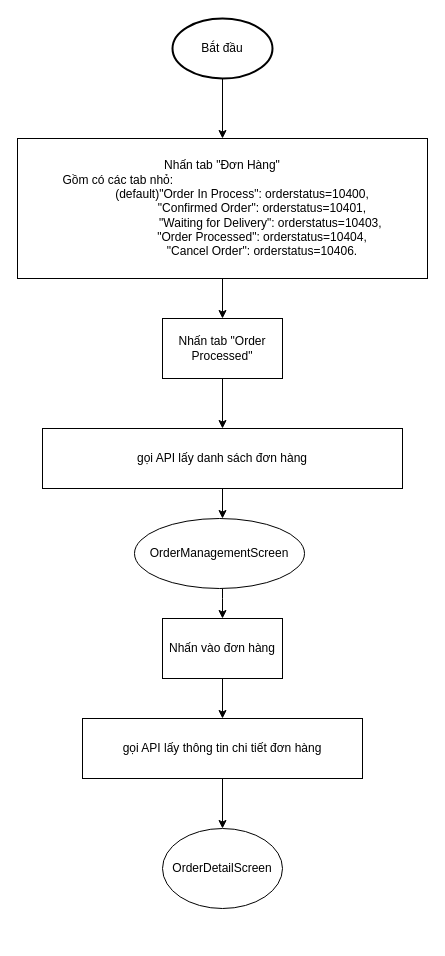
Alars99/diagram keeps this draw.io diagram as page "New Flowchart" (2 of 9) of OrderManagement Diagram.drawio. Above is the earlier version. Source tidied: cells renumbered, new cells numbered last; positions are measured from the earlier drawing's top-left corner, leaving out a move shared by most shapes. Both pictures are drawn from the tidied source at 100%, with x=0, y=0 at pixel (17, 18).
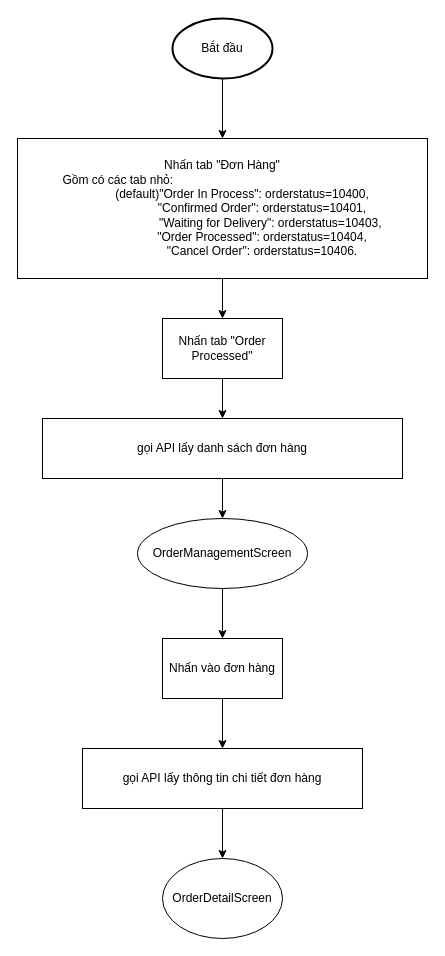
The same page after the edit.

What changed in the source:
```diff
@@
 <mxGraphModel>
   <root>
     <mxCell id="0" />
     <mxCell id="1" parent="0" />
     <mxCell id="2" style="edgeStyle=orthogonalEdgeStyle;rounded=0;jettySize=auto;html=1;" parent="1" edge="1" source="3" target="7">
       <mxGeometry relative="1" as="geometry" />
     </mxCell>
     <mxCell id="3" value="&lt;div&gt;&lt;span&gt;Nhấn tab &quot;Đơn Hàng&quot;&lt;/span&gt;&lt;/div&gt;&lt;div style=&quot;text-align: left&quot;&gt;&lt;span&gt;Gồm có các tab nhỏ:&amp;nbsp;&lt;/span&gt;&lt;/div&gt;&lt;blockquote style=&quot;margin: 0 0 0 40px ; border: none ; padding: 0px&quot;&gt;&lt;div style=&quot;text-align: center&quot;&gt;(default)&quot;Order In Process&quot;: orderstatus=10400,&lt;/div&gt;&lt;/blockquote&gt;&lt;blockquote style=&quot;margin: 0 0 0 40px ; border: none ; padding: 0px&quot;&gt;&lt;blockquote style=&quot;margin: 0 0 0 40px ; border: none ; padding: 0px&quot;&gt;&lt;span&gt;&quot;Confirmed Order&quot;:&amp;nbsp;&lt;/span&gt;&lt;span&gt;orderstatus=10401,&lt;/span&gt;&lt;/blockquote&gt;&lt;/blockquote&gt;&lt;blockquote style=&quot;margin: 0 0 0 40px ; border: none ; padding: 0px&quot;&gt;&lt;blockquote style=&quot;margin: 0 0 0 40px ; border: none ; padding: 0px&quot;&gt;&lt;span&gt;&amp;nbsp; &amp;nbsp; &amp;nbsp;&quot;Waiting for Delivery&quot;:&amp;nbsp;&lt;/span&gt;&lt;span&gt;orderstatus=10403,&lt;/span&gt;&lt;/blockquote&gt;&lt;/blockquote&gt;&lt;blockquote style=&quot;margin: 0 0 0 40px ; border: none ; padding: 0px&quot;&gt;&lt;blockquote style=&quot;margin: 0 0 0 40px ; border: none ; padding: 0px&quot;&gt;&lt;span&gt;&quot;&lt;/span&gt;Order Processed&lt;span&gt;&quot;:&amp;nbsp;&lt;/span&gt;&lt;span&gt;orderstatus=10404,&lt;/span&gt;&lt;br&gt;&lt;/blockquote&gt;&lt;blockquote style=&quot;margin: 0 0 0 40px ; border: none ; padding: 0px&quot;&gt;&lt;span&gt;&quot;&lt;/span&gt;Cancel Order&lt;span&gt;&quot;:&amp;nbsp;&lt;/span&gt;&lt;span&gt;orderstatus=10406.&lt;/span&gt;&lt;br&gt;&lt;/blockquote&gt;&lt;/blockquote&gt;" style="rounded=0;whiteSpace=wrap;html=1;fontSize=12;glass=0;strokeWidth=1;shadow=0;" parent="1" vertex="1">
       <mxGeometry y="120" width="410" height="140" as="geometry" />
     </mxCell>
-    <mxCell id="4" style="edgeStyle=orthogonalEdgeStyle;rounded=0;jettySize=auto;html=1;entryX=0.5;entryY=0;entryDx=0;entryDy=0;" parent="1" edge="1" source="5" target="3">
+    <mxCell id="4" style="edgeStyle=orthogonalEdgeStyle;rounded=0;jettySize=auto;html=1;" parent="1" edge="1" source="5" target="3">
       <mxGeometry relative="1" as="geometry" />
     </mxCell>
     <mxCell id="5" value="Bắt đầu" style="strokeWidth=2;html=1;shape=mxgraph.flowchart.start_1;whiteSpace=wrap;" parent="1" vertex="1">
       <mxGeometry x="155" width="100" height="60" as="geometry" />
     </mxCell>
     <mxCell id="6" style="edgeStyle=orthogonalEdgeStyle;rounded=0;jettySize=auto;html=1;" parent="1" edge="1" source="7" target="13">
       <mxGeometry relative="1" as="geometry" />
     </mxCell>
     <mxCell id="7" value="Nhấn tab &quot;Order Processed&quot;" style="rounded=0;whiteSpace=wrap;html=1;" parent="1" vertex="1">
       <mxGeometry x="145" y="300" width="120" height="60" as="geometry" />
     </mxCell>
-    <mxCell id="8" style="edgeStyle=orthogonalEdgeStyle;rounded=0;jettySize=auto;html=1;" parent="1" edge="1" source="16" target="11">
-      <mxGeometry relative="1" as="geometry">
-        <Array as="points">
-          <mxPoint x="205" y="580" />
-          <mxPoint x="205" y="580" />
-        </Array>
-      </mxGeometry>
-    </mxCell>
     <mxCell id="9" value="OrderDetailScreen" style="ellipse;whiteSpace=wrap;html=1;rounded=0;" parent="1" vertex="1">
-      <mxGeometry x="145" y="810" width="120" height="80" as="geometry" />
+      <mxGeometry x="145" y="840" width="120" height="80" as="geometry" />
     </mxCell>
     <mxCell id="10" style="edgeStyle=orthogonalEdgeStyle;rounded=0;jettySize=auto;html=1;" parent="1" edge="1" source="11" target="15">
       <mxGeometry relative="1" as="geometry" />
     </mxCell>
     <mxCell id="11" value="Nhấn vào đơn hàng" style="rounded=0;whiteSpace=wrap;html=1;" parent="1" vertex="1">
-      <mxGeometry x="145" y="600" width="120" height="60" as="geometry" />
+      <mxGeometry x="145" y="620" width="120" height="60" as="geometry" />
     </mxCell>
     <mxCell id="12" style="edgeStyle=orthogonalEdgeStyle;rounded=0;jettySize=auto;html=1;" parent="1" edge="1" source="13" target="16">
-      <mxGeometry relative="1" as="geometry">
-        <Array as="points">
-          <mxPoint x="205" y="540" />
-        </Array>
-      </mxGeometry>
+      <mxGeometry relative="1" as="geometry" />
     </mxCell>
     <mxCell id="13" value="gọi API lấy danh sách đơn hàng" style="rounded=0;whiteSpace=wrap;html=1;" parent="1" vertex="1">
-      <mxGeometry x="25" y="410" width="360" height="60" as="geometry" />
+      <mxGeometry x="25" y="400" width="360" height="60" as="geometry" />
     </mxCell>
     <mxCell id="14" style="edgeStyle=orthogonalEdgeStyle;rounded=0;jettySize=auto;html=1;" parent="1" edge="1" source="15" target="9">
       <mxGeometry relative="1" as="geometry" />
     </mxCell>
     <mxCell id="15" value="gọi API lấy thông tin chi tiết đơn hàng" style="rounded=0;whiteSpace=wrap;html=1;" parent="1" vertex="1">
-      <mxGeometry x="65" y="700" width="280" height="60" as="geometry" />
+      <mxGeometry x="65" y="730" width="280" height="60" as="geometry" />
     </mxCell>
+    <mxCell id="8" style="edgeStyle=orthogonalEdgeStyle;rounded=0;jettySize=auto;html=1;" parent="1" edge="1" source="16" target="11">
+      <mxGeometry relative="1" as="geometry" />
+    </mxCell>
     <mxCell id="16" value="OrderManagementScreen" style="ellipse;whiteSpace=wrap;html=1;rounded=0;" parent="1" vertex="1">
-      <mxGeometry x="117" y="500" width="170" height="70" as="geometry" />
+      <mxGeometry x="120" y="500" width="170" height="70" as="geometry" />
     </mxCell>
   </root>
 </mxGraphModel>
```
